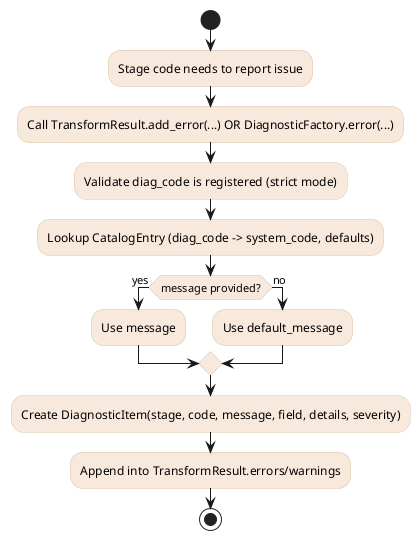
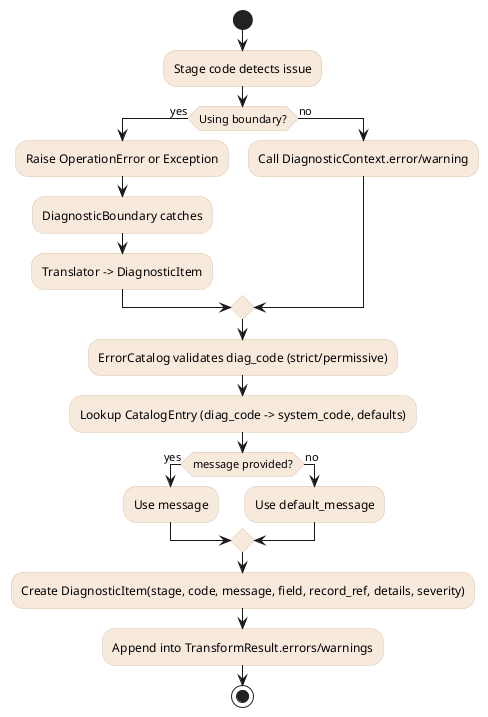
@startuml
skinparam backgroundColor white
skinparam linetype ortho
skinparam defaultFontName Arial
skinparam ActivityBackgroundColor #f7e9dc
skinparam ActivityBorderColor #d9c2a8
start
- :Stage code needs to report issue;
- :Call TransformResult.add_error(...) OR DiagnosticFactory.error(...);
- :Validate diag_code is registered (strict mode);
+ :Stage code detects issue;
+ if (Using boundary?) then (yes)
+   :Raise OperationError or Exception;
+   :DiagnosticBoundary catches;
+   :Translator -> DiagnosticItem;
+ else (no)
+   :Call DiagnosticContext.error/warning;
+ endif
+ :ErrorCatalog validates diag_code (strict/permissive);
:Lookup CatalogEntry (diag_code -> system_code, defaults);
if (message provided?) then (yes)
  :Use message;
else (no)
  :Use default_message;
endif
- :Create DiagnosticItem(stage, code, message, field, details, severity);
+ :Create DiagnosticItem(stage, code, message, field, record_ref, details, severity);
:Append into TransformResult.errors/warnings;
stop
@enduml
